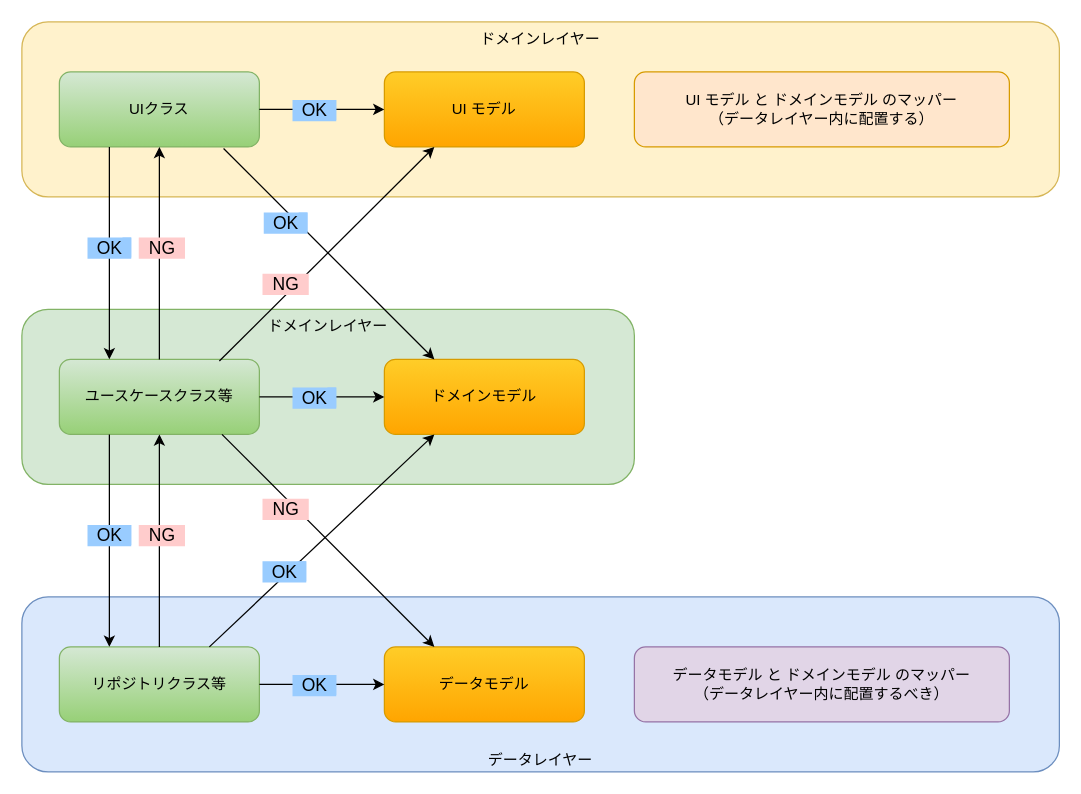
Before: 01.Android/Android Developers 公式ドキュメントの翻訳と補足/設計とプランニング/アプリアーキテクチャ/1.アーキテクチャガイド/画像/モデルと各レイヤーの依存関係.dio in okuda0715tech/OKUDA-Studio-Tech-Note, a draw.io diagram. Source tidied: cells renumbered, new cells numbered last; positions are measured from the earlier drawing's top-left corner, leaving out a move shared by most shapes. Both pictures are drawn from the tidied source at 125%, with x=0, y=0 at pixel (21, 21).
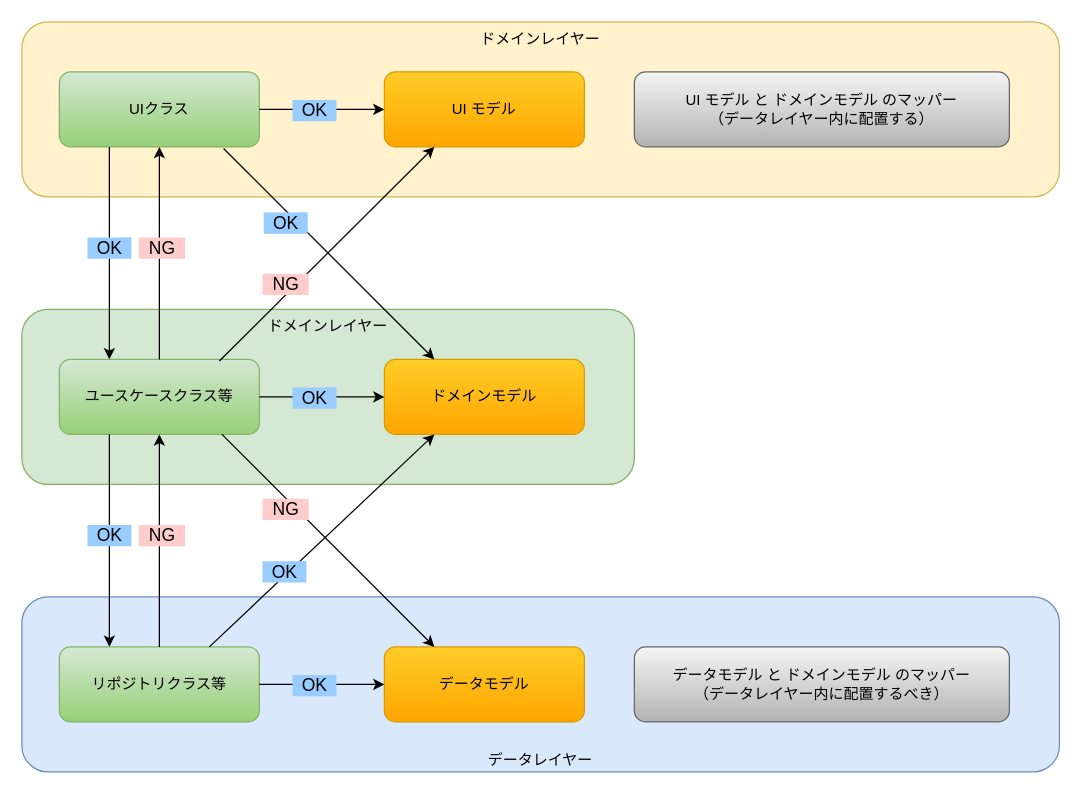
The same page after the edit.

Diff of the diagram source:
```diff
@@
-    <mxCell id="33" value="データモデル と ドメインモデル のマッパー&lt;div&gt;（データレイヤー内に配置するべき）&lt;/div&gt;" style="rounded=1;whiteSpace=wrap;html=1;verticalAlign=middle;fillColor=#e1d5e7;strokeColor=#9673a6;" parent="1" vertex="1">
+    <mxCell id="33" value="データモデル と ドメインモデル のマッパー&lt;div&gt;（データレイヤー内に配置するべき）&lt;/div&gt;" style="rounded=1;whiteSpace=wrap;html=1;verticalAlign=middle;fillColor=#f5f5f5;strokeColor=#666666;gradientColor=#b3b3b3;" parent="1" vertex="1">
       <mxGeometry x="490" y="500" width="300" height="60" as="geometry" />
     </mxCell>
-    <mxCell id="34" value="UI モデル と ドメインモデル のマッパー&lt;div&gt;（データレイヤー内に配置する）&lt;/div&gt;" style="rounded=1;whiteSpace=wrap;html=1;verticalAlign=middle;fillColor=#ffe6cc;strokeColor=#d79b00;" parent="1" vertex="1">
+    <mxCell id="34" value="UI モデル と ドメインモデル のマッパー&lt;div&gt;（データレイヤー内に配置する）&lt;/div&gt;" style="rounded=1;whiteSpace=wrap;html=1;verticalAlign=middle;fillColor=#f5f5f5;strokeColor=#666666;gradientColor=#b3b3b3;" parent="1" vertex="1">
       <mxGeometry x="490" y="40" width="300" height="60" as="geometry" />
     </mxCell>
```
